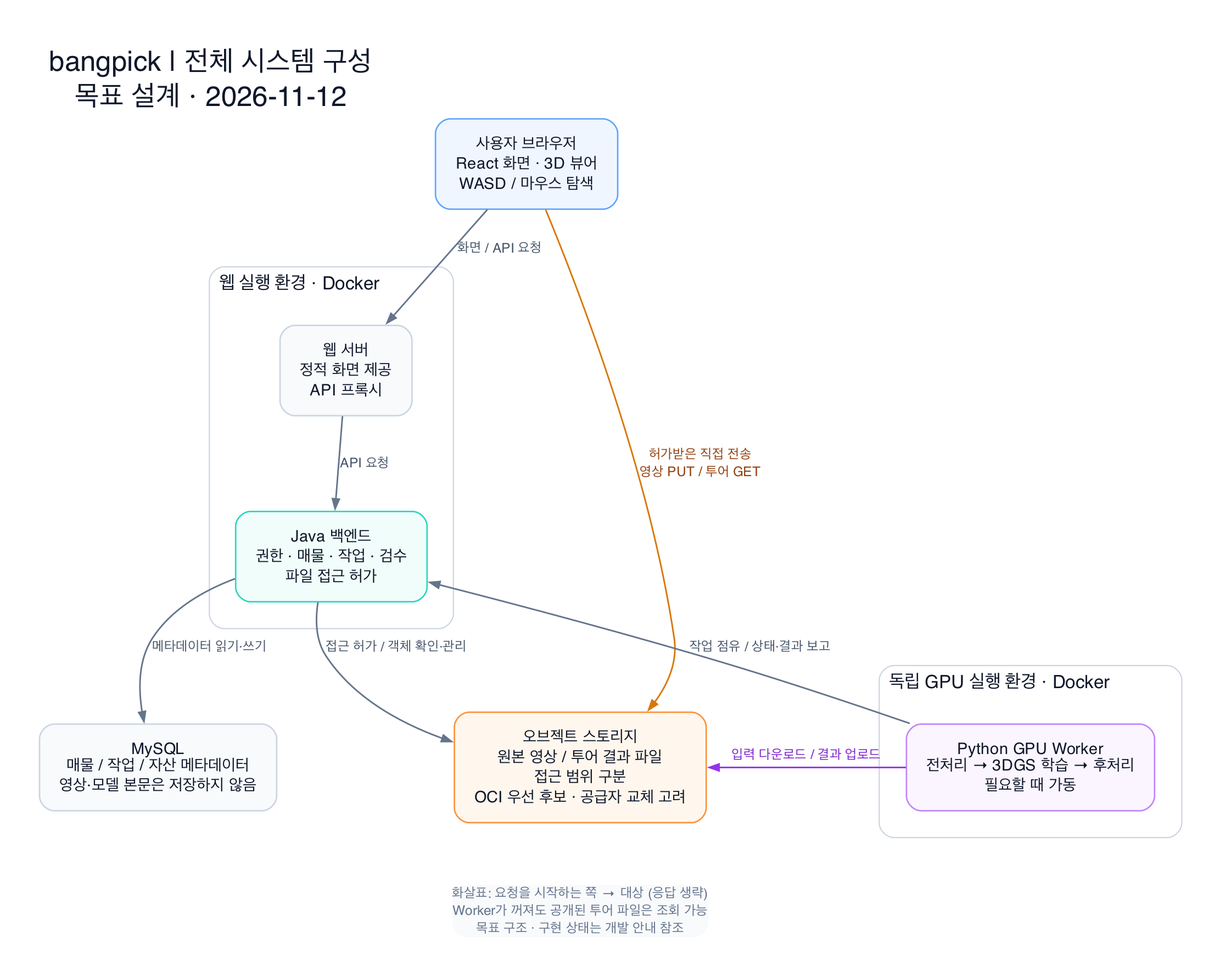
Before: docs/diagrams/system-overview.png, a diagram exported from Graphviz (Bang9634/bangpick). Its source is kept beside it as docs/diagrams/system-overview.dot. The source it was exported from:
```dot
digraph SystemOverview {
  graph [rankdir=TB, bgcolor="white", pad=0.45, nodesep=0.6, ranksep=0.7,
    label="bangpick | 전체 시스템 구성\n목표 설계 · 2026-11-12", labelloc=t, labeljust=l,
    fontsize=23, fontcolor="#0f172a", compound=true, newrank=true];
  node [shape=box, style="rounded,filled", color="#cbd5e1", fillcolor="#f8fafc",
    fontcolor="#0f172a", fontsize=13, margin="0.23,0.17", penwidth=1.2];
  edge [color="#64748b", fontcolor="#475569", fontsize=11, arrowsize=0.8, penwidth=1.3];

  browser [label="사용자 브라우저\nReact 화면 · 3D 뷰어\nWASD / 마우스 탐색", fillcolor="#eff6ff", color="#60a5fa"];

  subgraph cluster_web {
    label="웹 실행 환경 · Docker"; fontsize=15; color="#cbd5e1"; style=rounded; margin=22;
    web [label="웹 서버\n정적 화면 제공\nAPI 프록시"];
    backend [label="Java 백엔드\n권한 · 매물 · 작업 · 검수\n파일 접근 허가", fillcolor="#f0fdfa", color="#2dd4bf"];
    web -> backend [label="API 요청"];
  }
  db [label="MySQL\n매물 / 작업 / 자산 메타데이터\n영상·모델 본문은 저장하지 않음"];
  storage [label="오브젝트 스토리지\n원본 영상 / 투어 결과 파일\n접근 범위 구분\nOCI 우선 후보 · 공급자 교체 고려", fillcolor="#fff7ed", color="#fb923c"];
  subgraph cluster_gpu {
    label="독립 GPU 실행 환경 · Docker"; fontsize=15; color="#cbd5e1"; style=rounded; margin=22;
    worker [label="Python GPU Worker\n전처리 → 3DGS 학습 → 후처리\n필요할 때 가동", fillcolor="#faf5ff", color="#c084fc"];
  }

  browser -> web [label="화면 / API 요청"];
  backend -> db [label="메타데이터 읽기·쓰기"];
  backend -> storage [label="접근 허가 / 객체 확인·관리"];
  browser -> storage [label="허가받은 직접 전송\n영상 PUT / 투어 GET", color="#d97706", fontcolor="#92400e"];
  worker -> backend [label="작업 점유 / 상태·결과 보고", constraint=false];
  worker -> storage [label="입력 다운로드 / 결과 업로드", color="#9333ea", fontcolor="#7e22ce"];
  {rank=same; db; worker; storage;}

  legend [shape=plain, fontsize=11, fontcolor="#64748b",
    label="화살표: 요청을 시작하는 쪽 → 대상 (응답 생략)\nWorker가 꺼져도 공개된 투어 파일은 조회 가능\n목표 구조 · 구현 상태는 개발 안내 참조"];
  storage -> legend [style=invis];
}
```
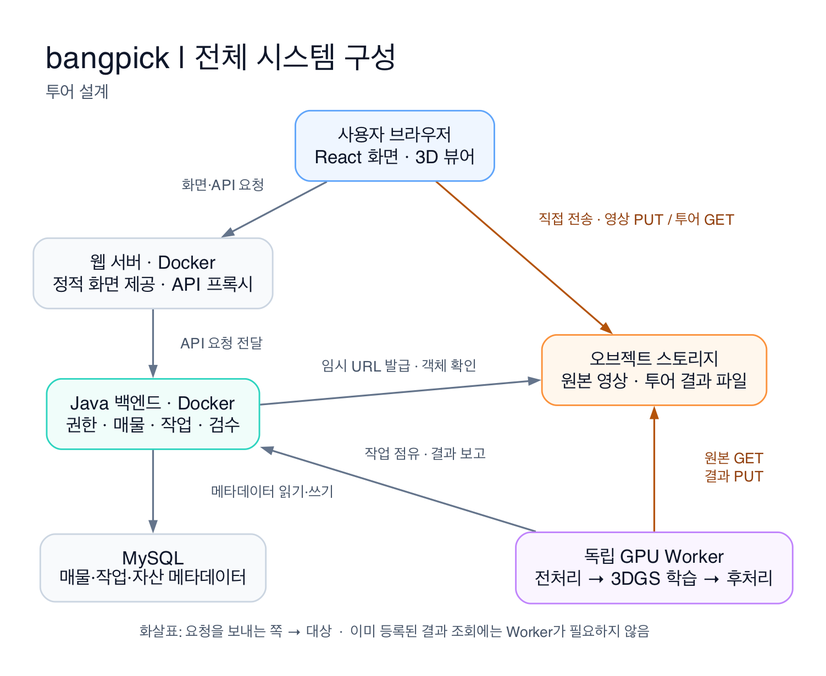
After the change.

Change to the diagram source:
```diff
@@ -1,35 +1,37 @@
 digraph SystemOverview {
-  graph [rankdir=TB, bgcolor="white", pad=0.45, nodesep=0.6, ranksep=0.7,
-    label="bangpick | 전체 시스템 구성\n목표 설계 · 2026-11-12", labelloc=t, labeljust=l,
-    fontsize=23, fontcolor="#0f172a", compound=true, newrank=true];
+  graph [layout=neato, overlap=true, splines=line, outputorder=edgesfirst,
+    bgcolor="white", pad=0.38, labelloc=t, labeljust=l, fontcolor="#0f172a",
+    label=<<TABLE BORDER="0" CELLBORDER="0" CELLSPACING="0" CELLPADDING="2">
+      <TR><TD ALIGN="LEFT"><FONT POINT-SIZE="25">bangpick | 전체 시스템 구성</FONT></TD></TR>
+      <TR><TD ALIGN="LEFT"><FONT POINT-SIZE="14" COLOR="#475569">투어 설계</FONT></TD></TR>
+    </TABLE>>];
   node [shape=box, style="rounded,filled", color="#cbd5e1", fillcolor="#f8fafc",
-    fontcolor="#0f172a", fontsize=13, margin="0.23,0.17", penwidth=1.2];
-  edge [color="#64748b", fontcolor="#475569", fontsize=11, arrowsize=0.8, penwidth=1.3];
+    fontcolor="#0f172a", fontsize=15, margin="0.22,0.15", penwidth=1.3];
+  edge [color="#64748b", arrowsize=0.8, penwidth=1.45];
 
-  browser [label="사용자 브라우저\nReact 화면 · 3D 뷰어\nWASD / 마우스 탐색", fillcolor="#eff6ff", color="#60a5fa"];
+  browser [pos="4.9,5.8!", label="사용자 브라우저\nReact 화면 · 3D 뷰어", fillcolor="#eff6ff", color="#60a5fa"];
+  web [pos="2.15,4.35!", label="웹 서버 · Docker\n정적 화면 제공 · API 프록시"];
+  backend [pos="2.15,2.75!", label="Java 백엔드 · Docker\n권한 · 매물 · 작업 · 검수", fillcolor="#f0fdfa", color="#2dd4bf"];
+  db [pos="2.15,1.0!", label="MySQL\n매물·작업·자산 메타데이터"];
+  storage [pos="7.85,3.25!", label="오브젝트 스토리지\n원본 영상 · 투어 결과 파일", fillcolor="#fff7ed", color="#fb923c"];
+  worker [pos="7.85,1.0!", label="독립 GPU Worker\n전처리 → 3DGS 학습 → 후처리", fillcolor="#faf5ff", color="#c084fc"];
 
-  subgraph cluster_web {
-    label="웹 실행 환경 · Docker"; fontsize=15; color="#cbd5e1"; style=rounded; margin=22;
-    web [label="웹 서버\n정적 화면 제공\nAPI 프록시"];
-    backend [label="Java 백엔드\n권한 · 매물 · 작업 · 검수\n파일 접근 허가", fillcolor="#f0fdfa", color="#2dd4bf"];
-    web -> backend [label="API 요청"];
-  }
-  db [label="MySQL\n매물 / 작업 / 자산 메타데이터\n영상·모델 본문은 저장하지 않음"];
-  storage [label="오브젝트 스토리지\n원본 영상 / 투어 결과 파일\n접근 범위 구분\nOCI 우선 후보 · 공급자 교체 고려", fillcolor="#fff7ed", color="#fb923c"];
-  subgraph cluster_gpu {
-    label="독립 GPU 실행 환경 · Docker"; fontsize=15; color="#cbd5e1"; style=rounded; margin=22;
-    worker [label="Python GPU Worker\n전처리 → 3DGS 학습 → 후처리\n필요할 때 가동", fillcolor="#faf5ff", color="#c084fc"];
-  }
+  browser -> web;
+  web -> backend;
+  backend -> db;
+  backend -> storage;
+  browser -> storage [color="#b45309"];
+  worker -> backend;
+  worker -> storage [color="#b45309"];
 
-  browser -> web [label="화면 / API 요청"];
-  backend -> db [label="메타데이터 읽기·쓰기"];
-  backend -> storage [label="접근 허가 / 객체 확인·관리"];
-  browser -> storage [label="허가받은 직접 전송\n영상 PUT / 투어 GET", color="#d97706", fontcolor="#92400e"];
-  worker -> backend [label="작업 점유 / 상태·결과 보고", constraint=false];
-  worker -> storage [label="입력 다운로드 / 결과 업로드", color="#9333ea", fontcolor="#7e22ce"];
-  {rank=same; db; worker; storage;}
-
-  legend [shape=plain, fontsize=11, fontcolor="#64748b",
-    label="화살표: 요청을 시작하는 쪽 → 대상 (응답 생략)\nWorker가 꺼져도 공개된 투어 파일은 조회 가능\n목표 구조 · 구현 상태는 개발 안내 참조"];
-  storage -> legend [style=invis];
+  node [shape=box, width=0, height=0, style=filled, fillcolor="white", color="white",
+    fontcolor="#475569", margin="0.045,0.015", fontsize=12];
+  browser_api [pos="2.95,5.35!", label="화면·API 요청"];
+  front_direct [pos="7.65,4.96!", label="직접 전송 · 영상 PUT / 투어 GET", fontcolor="#92400e"];
+  proxy [pos="2.93,3.55!", label="API 요청 전달"];
+  db_access [pos="3.51,1.86!", label="메타데이터 읽기·쓰기"];
+  storage_access [pos="4.95,3.29!", label="임시 URL 발급 · 객체 확인"];
+  worker_report [pos="5.25,2.29!", label="작업 점유 · 결과 보고"];
+  worker_direct [pos="8.76,2.14!", label="원본 GET\n결과 PUT", fontcolor="#92400e"];
+  legend [pos="4.9,0.27!", label="화살표: 요청을 보내는 쪽 → 대상  ·  이미 등록된 결과 조회에는 Worker가 필요하지 않음"];
 }
```
